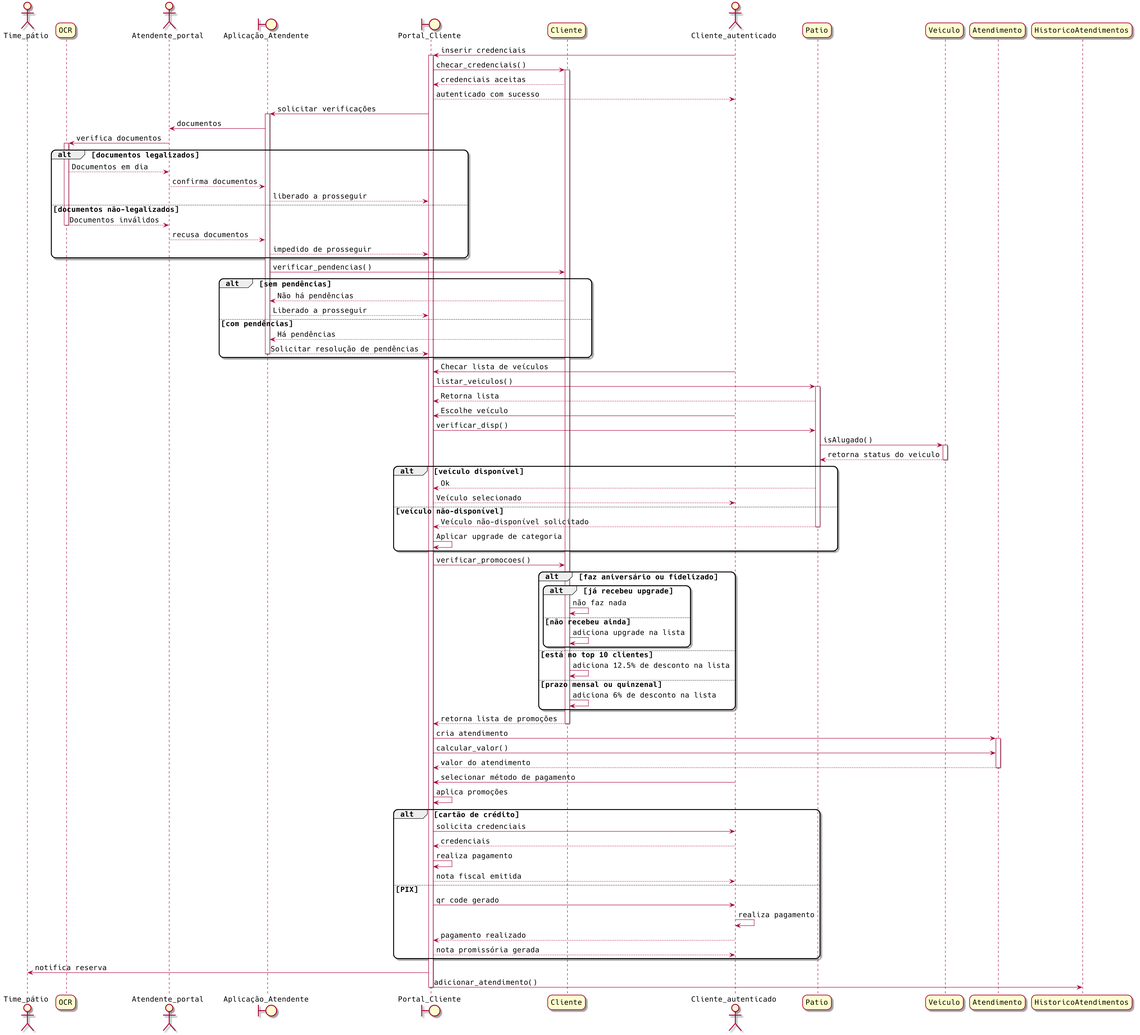
The PlantUML diagram images/sequence_diagram_locOn.png in sociedade-do-pastel/vl, before a commit.
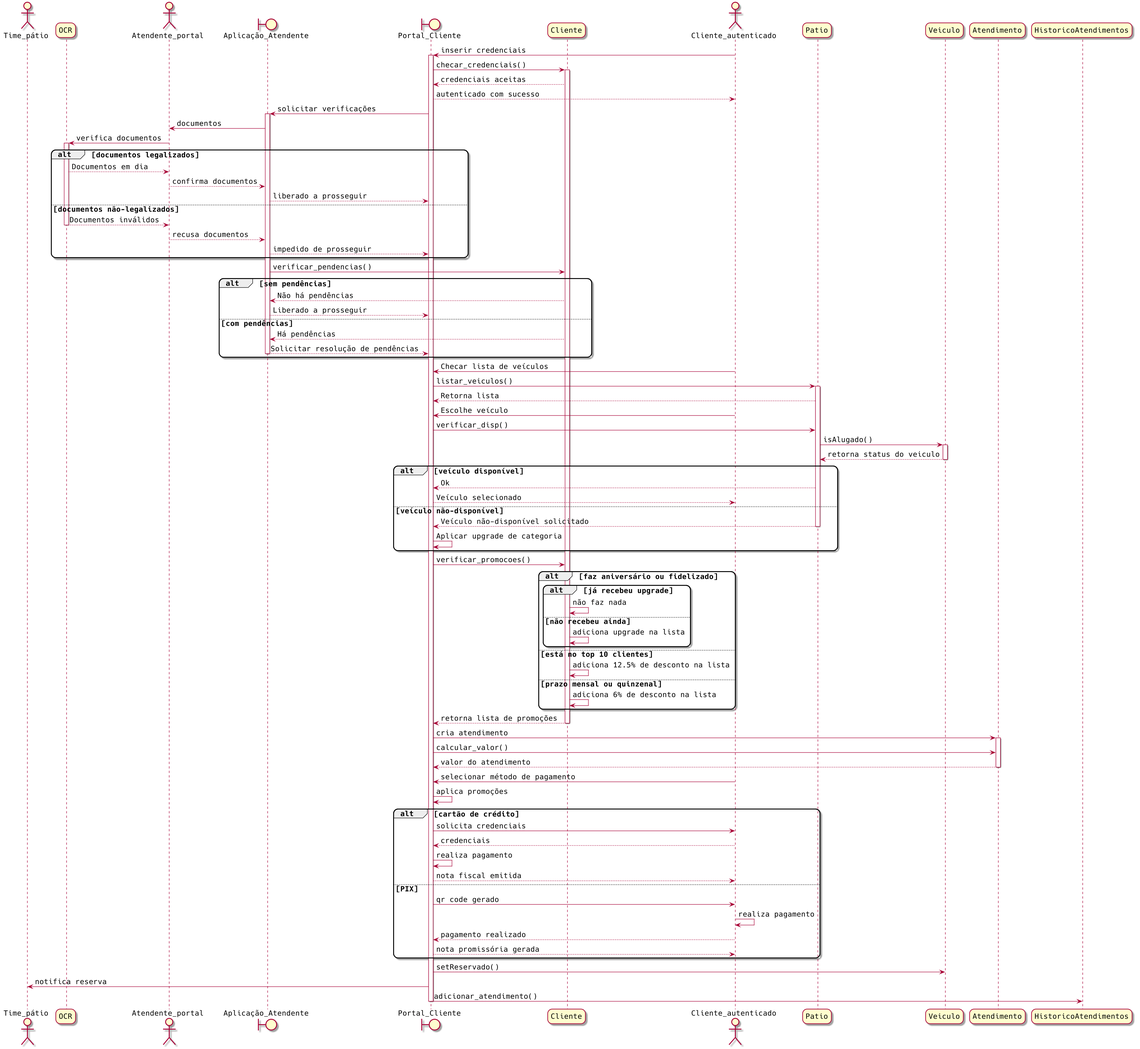
After the change.

The edit, as a diff of the source:
```diff
@@ -133,6 +133,7 @@
 
 end
 
+apliente -> Veiculo: setReservado()
 apliente -> patime: notifica reserva
 
 apliente -> HistoricoAtendimentos: adicionar_atendimento()
```
